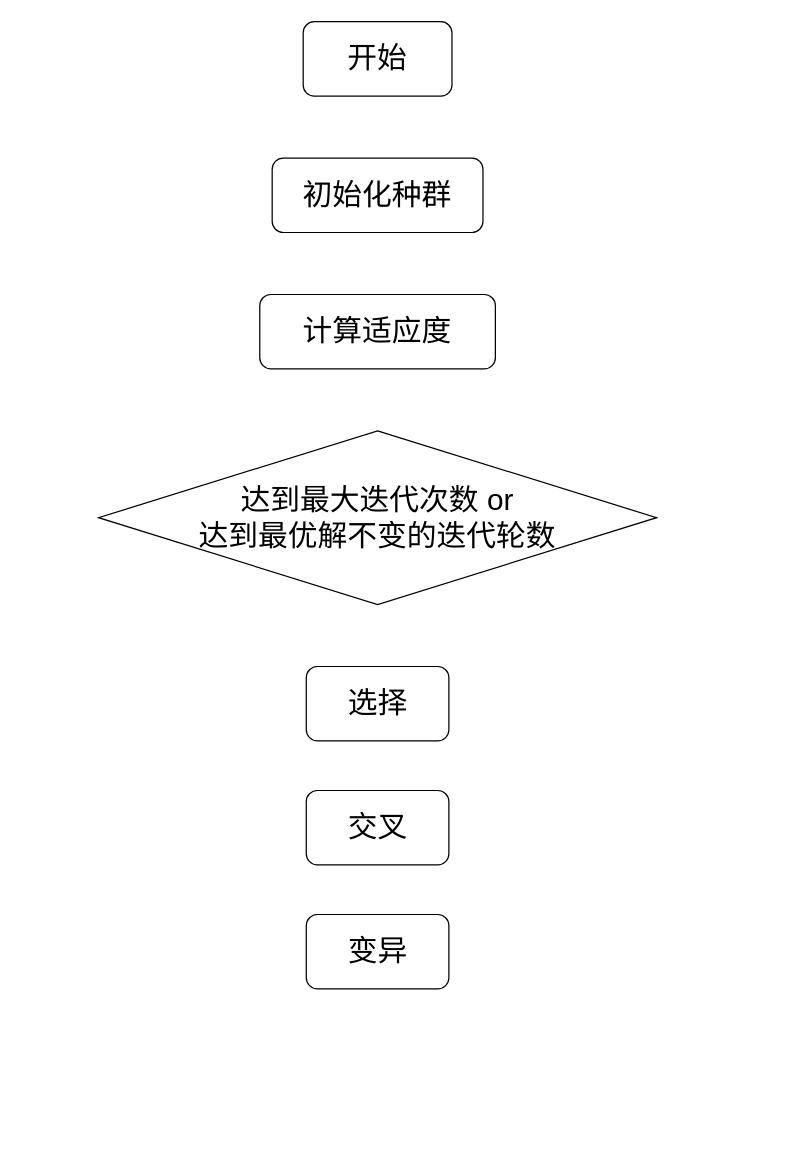
Earlier version of the draw.io diagram Untitled Diagram.drawio (fountain-y/drawio). Source tidied: cells renumbered, new cells numbered last; positions are measured from the earlier drawing's top-left corner, leaving out a move shared by most shapes. Both pictures are drawn from the tidied source at 124%, with x=0, y=0 at pixel (98, 21).
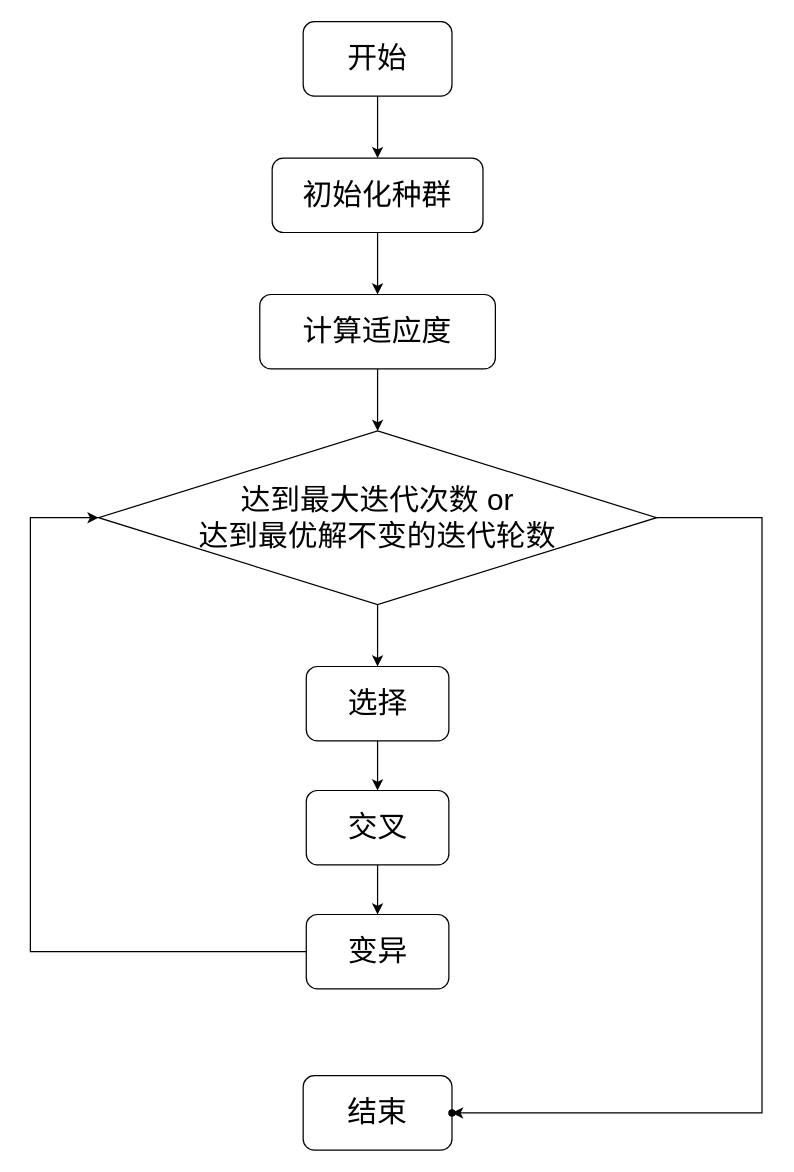
After the change.

Unchanged cells that the change refers to:
```xml
<mxCell id="2" value="&lt;font style=&quot;font-size: 24px&quot;&gt;开始&lt;/font&gt;" style="rounded=1;whiteSpace=wrap;html=1;" parent="1" vertex="1">
  <mxGeometry x="165" width="120" height="60" as="geometry" />
</mxCell>
<mxCell id="3" value="初始化种群" style="rounded=1;whiteSpace=wrap;html=1;fontSize=24;" parent="1" vertex="1">
  <mxGeometry x="140" y="110" width="170" height="60" as="geometry" />
</mxCell>
<mxCell id="4" value="计算适应度" style="rounded=1;whiteSpace=wrap;html=1;fontSize=24;" parent="1" vertex="1">
  <mxGeometry x="130" y="220" width="190" height="60" as="geometry" />
</mxCell>
<mxCell id="5" value="交叉" style="rounded=1;whiteSpace=wrap;html=1;fontSize=24;" parent="1" vertex="1">
  <mxGeometry x="167.5" y="620" width="115" height="60" as="geometry" />
</mxCell>
<mxCell id="6" value="达到最大迭代次数 or &lt;br&gt;达到最优解不变的迭代轮数" style="rhombus;whiteSpace=wrap;html=1;fontSize=24;" parent="1" vertex="1">
  <mxGeometry y="330" width="450" height="140" as="geometry" />
</mxCell>
<mxCell id="7" value="选择" style="rounded=1;whiteSpace=wrap;html=1;fontSize=24;" parent="1" vertex="1">
  <mxGeometry x="167.5" y="520" width="115" height="60" as="geometry" />
</mxCell>
<mxCell id="8" value="变异" style="rounded=1;whiteSpace=wrap;html=1;fontSize=24;" parent="1" vertex="1">
  <mxGeometry x="167.5" y="720" width="115" height="60" as="geometry" />
</mxCell>
```

The edit, as a diff of the source:
```diff
@@
+    <mxCell id="9" style="edgeStyle=orthogonalEdgeStyle;rounded=0;jettySize=auto;html=1;fontSize=24;" parent="1" edge="1" source="2" target="3">
+      <mxGeometry relative="1" as="geometry" />
+    </mxCell>
@@
+    <mxCell id="10" style="edgeStyle=orthogonalEdgeStyle;rounded=0;jettySize=auto;html=1;fontSize=24;" parent="1" edge="1" source="3" target="4">
+      <mxGeometry relative="1" as="geometry" />
+    </mxCell>
@@
+    <mxCell id="11" style="edgeStyle=orthogonalEdgeStyle;rounded=0;jettySize=auto;html=1;fontSize=24;" parent="1" edge="1" source="4" target="6">
+      <mxGeometry relative="1" as="geometry" />
+    </mxCell>
@@
+    <mxCell id="12" style="edgeStyle=orthogonalEdgeStyle;rounded=0;jettySize=auto;html=1;fontSize=24;" parent="1" edge="1" source="5" target="8">
+      <mxGeometry relative="1" as="geometry" />
+    </mxCell>
@@
+    <mxCell id="13" style="edgeStyle=orthogonalEdgeStyle;rounded=0;jettySize=auto;html=1;fontSize=24;" parent="1" edge="1" source="6" target="7">
+      <mxGeometry relative="1" as="geometry" />
+    </mxCell>
+    <mxCell id="14" style="edgeStyle=orthogonalEdgeStyle;rounded=0;jettySize=auto;html=1;fontSize=24;entryX=0.54;entryY=0.615;entryDx=0;entryDy=0;entryPerimeter=0;" parent="1" edge="1" source="6" target="18">
+      <mxGeometry relative="1" as="geometry">
+        <Array as="points">
+          <mxPoint x="535" y="400" />
+          <mxPoint x="535" y="880" />
+        </Array>
+      </mxGeometry>
+    </mxCell>
@@
+    <mxCell id="15" style="edgeStyle=orthogonalEdgeStyle;rounded=0;jettySize=auto;html=1;fontSize=24;" parent="1" edge="1" source="7" target="5">
+      <mxGeometry relative="1" as="geometry" />
+    </mxCell>
@@
+    <mxCell id="16" style="edgeStyle=orthogonalEdgeStyle;rounded=0;jettySize=auto;html=1;fontSize=24;entryX=0;entryY=0.5;entryDx=0;entryDy=0;" parent="1" edge="1" source="8" target="6">
+      <mxGeometry relative="1" as="geometry">
+        <Array as="points">
+          <mxPoint x="-55" y="750" />
+          <mxPoint x="-55" y="400" />
+        </Array>
+      </mxGeometry>
+    </mxCell>
@@
+    <mxCell id="17" value="&lt;font style=&quot;font-size: 24px&quot;&gt;结束&lt;/font&gt;" style="rounded=1;whiteSpace=wrap;html=1;" parent="1" vertex="1">
+      <mxGeometry x="165" y="850" width="120" height="60" as="geometry" />
+    </mxCell>
+    <mxCell id="18" style="shape=waypoint;size=6;points=[];fillColor=rgba(255, 255, 255, 1);perimeter=centerPerimeter;snapToPoint=1;fontSize=24;" parent="1" vertex="1">
+      <mxGeometry x="265" y="860" width="40" height="40" as="geometry" />
+    </mxCell>
```
